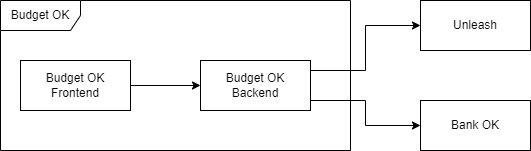
Before: docs/images/architecture.png, a diagram exported from draw.io (ognjenkl/budget-ok). Source tidied: cells renumbered, new cells last; positions are measured from the earlier drawing's top-left corner, leaving out a move shared by most shapes.
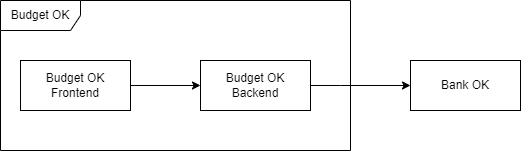
The same diagram one commit later.

Diff of the diagram source:
```diff
@@ -3,39 +3,27 @@
     <mxCell id="0" />
     <mxCell id="1" parent="0" />
     <mxCell id="2" value="Bank OK" style="html=1;whiteSpace=wrap;" parent="1" vertex="1">
-      <mxGeometry x="420" y="100" width="110" height="50" as="geometry" />
+      <mxGeometry x="410" y="60" width="110" height="50" as="geometry" />
     </mxCell>
-    <mxCell id="3" style="edgeStyle=orthogonalEdgeStyle;rounded=0;jettySize=auto;html=1;" parent="1" edge="1" source="4" target="7">
+    <mxCell id="3" style="edgeStyle=orthogonalEdgeStyle;rounded=0;jettySize=auto;html=1;" parent="1" edge="1" source="4" target="6">
       <mxGeometry relative="1" as="geometry" />
     </mxCell>
     <mxCell id="4" value="Budget OK Frontend" style="html=1;whiteSpace=wrap;" parent="1" vertex="1">
       <mxGeometry x="20" y="60" width="110" height="50" as="geometry" />
     </mxCell>
-    <mxCell id="5" style="edgeStyle=orthogonalEdgeStyle;rounded=0;jettySize=auto;html=1;entryX=0;entryY=0.5;entryDx=0;entryDy=0;exitX=1;exitY=0.5;exitDx=0;exitDy=0;" parent="1" edge="1" source="7" target="2">
+    <mxCell id="5" style="edgeStyle=orthogonalEdgeStyle;rounded=0;jettySize=auto;html=1;entryX=0;entryY=0.5;entryDx=0;entryDy=0;exitX=1;exitY=0.5;exitDx=0;exitDy=0;" parent="1" edge="1" source="6" target="2">
       <mxGeometry relative="1" as="geometry">
         <Array as="points">
-          <mxPoint x="310" y="100" />
-          <mxPoint x="365" y="100" />
-          <mxPoint x="365" y="125" />
+          <mxPoint x="340" y="85" />
+          <mxPoint x="340" y="85" />
         </Array>
       </mxGeometry>
     </mxCell>
-    <mxCell id="6" style="edgeStyle=orthogonalEdgeStyle;rounded=0;jettySize=auto;html=1;entryX=0;entryY=0.5;entryDx=0;entryDy=0;" parent="1" edge="1" source="7" target="9">
-      <mxGeometry relative="1" as="geometry">
-        <Array as="points">
-          <mxPoint x="365" y="70" />
-          <mxPoint x="365" y="25" />
-        </Array>
-      </mxGeometry>
+    <mxCell id="6" value="Budget OK Backend" style="html=1;whiteSpace=wrap;" parent="1" vertex="1">
+      <mxGeometry x="200" y="60" width="110" height="50" as="geometry" />
     </mxCell>
-    <mxCell id="7" value="Budget OK Backend" style="html=1;whiteSpace=wrap;" parent="1" vertex="1">
-      <mxGeometry x="200" y="60" width="110" height="50" as="geometry" />
+    <mxCell id="7" value="Budget OK" style="shape=umlFrame;whiteSpace=wrap;html=1;width=80;height=30;" parent="1" vertex="1">
+      <mxGeometry width="350" height="150" as="geometry" />
     </mxCell>
-    <mxCell id="8" value="Budget OK" style="shape=umlFrame;whiteSpace=wrap;html=1;width=80;height=30;" parent="1" vertex="1">
-      <mxGeometry width="350" height="150" as="geometry" />
-    </mxCell>
-    <mxCell id="9" value="Unleash" style="html=1;whiteSpace=wrap;" parent="1" vertex="1">
-      <mxGeometry x="420" width="110" height="50" as="geometry" />
-    </mxCell>
   </root>
 </mxGraphModel>
```
